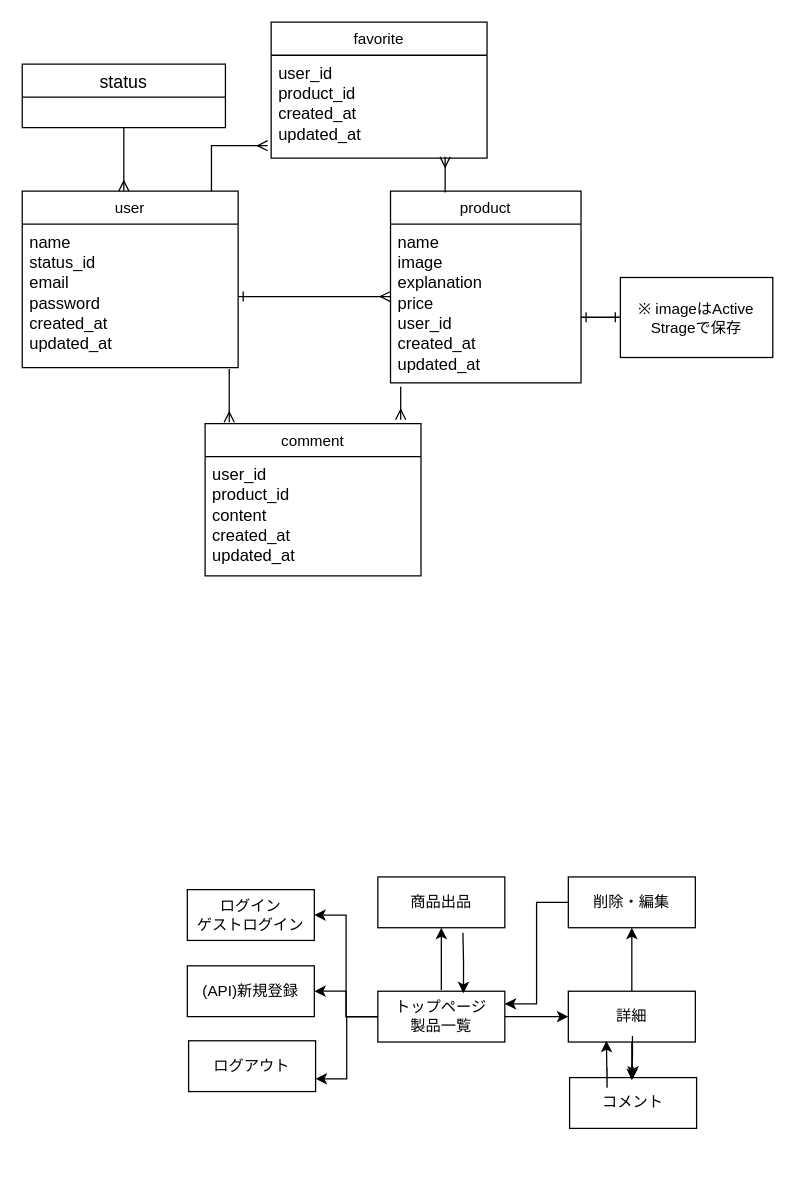
Earlier version of the draw.io diagram ER.dio (shuhei1018/B-product). Source tidied: cells renumbered, new cells numbered last; positions are measured from the earlier drawing's top-left corner, leaving out a move shared by most shapes. Both pictures are drawn from the tidied source at 127%, with x=0, y=0 at pixel (22, 22).
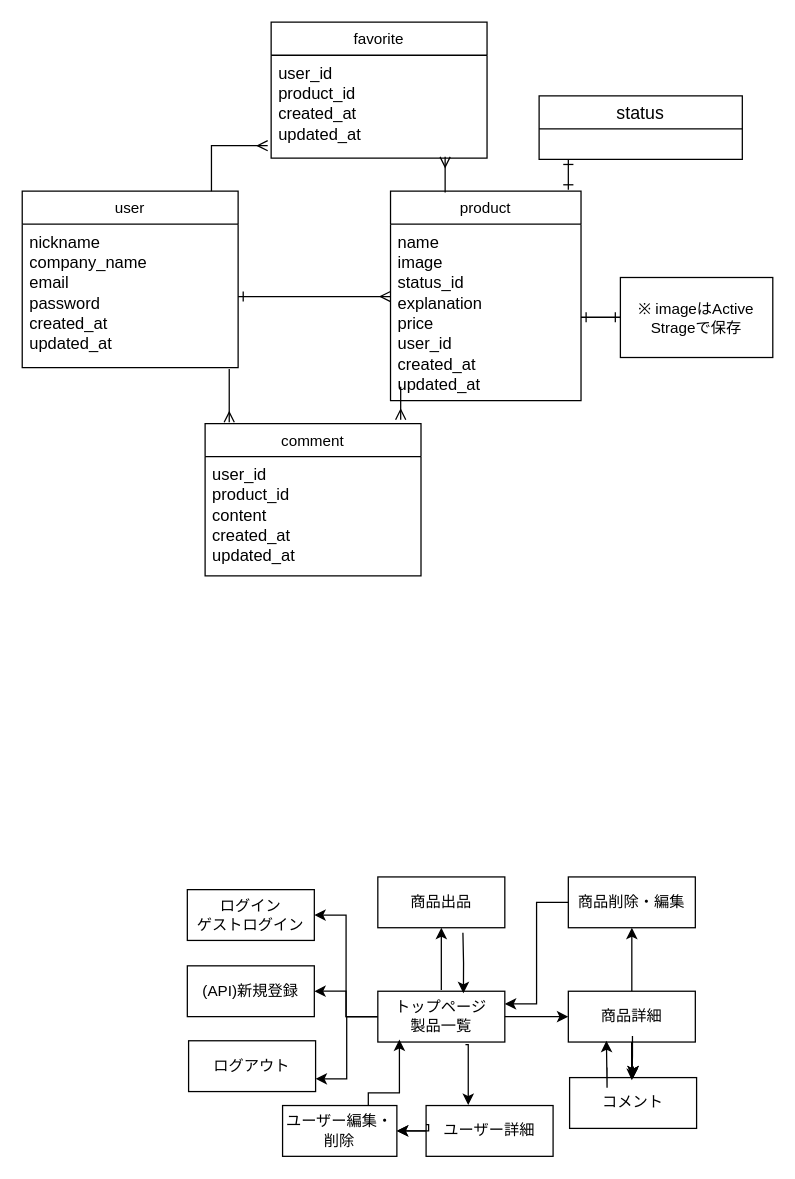
The same diagram, later.

The change refers to these unchanged cells:
```xml
<mxCell id="18" value="コメント" style="whiteSpace=wrap;html=1;align=center;" parent="1" vertex="1">
  <mxGeometry x="431" y="831" width="100" height="40" as="geometry" />
</mxCell>
<mxCell id="20" value="user" style="swimlane;fontStyle=0;horizontal=1;startSize=26;fillColor=none;" parent="1" vertex="1">
  <mxGeometry y="133" width="170" height="139" as="geometry" />
</mxCell>
```

Change to the diagram source:
```diff
@@
-    <mxCell id="8" value="削除・編集" style="whiteSpace=wrap;html=1;align=center;" parent="1" vertex="1">
+    <mxCell id="8" value="商品削除・編集" style="whiteSpace=wrap;html=1;align=center;" parent="1" vertex="1">
       <mxGeometry x="430" y="673" width="100" height="40" as="geometry" />
     </mxCell>
@@
+    <mxCell id="38" style="edgeStyle=orthogonalEdgeStyle;rounded=0;jettySize=auto;html=1;" parent="1" edge="1" source="12" target="18">
+      <mxGeometry relative="1" as="geometry" />
+    </mxCell>
+    <mxCell id="39" style="edgeStyle=orthogonalEdgeStyle;rounded=0;jettySize=auto;html=1;" parent="1" edge="1" source="12" target="18">
+      <mxGeometry relative="1" as="geometry" />
+    </mxCell>
-    <mxCell id="12" value="詳細" style="whiteSpace=wrap;html=1;align=center;" parent="1" vertex="1">
+    <mxCell id="12" value="商品詳細" style="whiteSpace=wrap;html=1;align=center;" parent="1" vertex="1">
       <mxGeometry x="430" y="763" width="100" height="40" as="geometry" />
     </mxCell>
@@
-    <mxCell id="22" value="name&#10;status_id&#10;email&#10;password&#10;created_at&#10;updated_at" style="text;strokeColor=none;fillColor=none;align=left;verticalAlign=top;spacingLeft=4;spacingRight=4;overflow=hidden;points=[[0,0.5],[1,0.5]];portConstraint=eastwest;fontSize=13;" parent="20" vertex="1">
+    <mxCell id="22" value="nickname&#10;company_name&#10;email&#10;password&#10;created_at&#10;updated_at" style="text;strokeColor=none;fillColor=none;align=left;verticalAlign=top;spacingLeft=4;spacingRight=4;overflow=hidden;points=[[0,0.5],[1,0.5]];portConstraint=eastwest;fontSize=13;" parent="20" vertex="1">
       <mxGeometry y="26" width="170" height="113" as="geometry" />
     </mxCell>
     <mxCell id="23" value="product" style="swimlane;fontStyle=0;horizontal=1;startSize=26;fillColor=none;" parent="1" vertex="1">
-      <mxGeometry x="290" y="133" width="150" height="151" as="geometry" />
+      <mxGeometry x="290" y="133" width="150" height="165" as="geometry" />
     </mxCell>
-    <mxCell id="24" value="name&#10;image&#10;explanation&#10;price&#10;user_id&#10;created_at&#10;updated_at" style="text;strokeColor=none;fillColor=none;align=left;verticalAlign=top;spacingLeft=4;spacingRight=4;overflow=hidden;fontSize=13;" parent="23" vertex="1">
-      <mxGeometry y="26" width="150" height="125" as="geometry" />
+    <mxCell id="24" value="name&#10;image&#10;status_id&#10;explanation&#10;price&#10;user_id&#10;created_at&#10;updated_at" style="text;strokeColor=none;fillColor=none;align=left;verticalAlign=top;spacingLeft=4;spacingRight=4;overflow=hidden;fontSize=13;" parent="23" vertex="1">
+      <mxGeometry y="26" width="150" height="139" as="geometry" />
     </mxCell>
@@
-    <mxCell id="26" style="edgeStyle=orthogonalEdgeStyle;rounded=0;jettySize=auto;html=1;exitX=0.5;exitY=1;exitDx=0;exitDy=0;endArrow=ERmany;endFill=0;strokeWidth=1;" parent="1" edge="1" source="27">
-      <mxGeometry relative="1" as="geometry">
-        <mxPoint x="80" y="133" as="targetPoint" />
-        <Array as="points">
-          <mxPoint x="80" y="133" />
-        </Array>
-      </mxGeometry>
-    </mxCell>
     <mxCell id="27" value="status" style="swimlane;fontStyle=0;horizontal=1;startSize=26;align=center;fontSize=14;" parent="1" vertex="1">
-      <mxGeometry y="33" width="160" height="50" as="geometry" />
+      <mxGeometry x="407" y="58" width="160" height="50" as="geometry" />
     </mxCell>
@@
+    <mxCell id="40" style="edgeStyle=orthogonalEdgeStyle;rounded=0;jettySize=auto;html=1;" parent="1" edge="1" source="41" target="42">
+      <mxGeometry relative="1" as="geometry">
+        <Array as="points">
+          <mxPoint x="309" y="873" />
+          <mxPoint x="309" y="873" />
+        </Array>
+      </mxGeometry>
+    </mxCell>
+    <mxCell id="41" value="ユーザー詳細" style="whiteSpace=wrap;html=1;align=center;" parent="1" vertex="1">
+      <mxGeometry x="318" y="853" width="100" height="40" as="geometry" />
+    </mxCell>
+    <mxCell id="42" value="ユーザー編集・削除" style="whiteSpace=wrap;html=1;align=center;" parent="1" vertex="1">
+      <mxGeometry x="205" y="853" width="90" height="40" as="geometry" />
+    </mxCell>
+    <mxCell id="43" style="edgeStyle=orthogonalEdgeStyle;rounded=0;jettySize=auto;html=1;entryX=0.332;entryY=-0.01;entryDx=0;entryDy=0;entryPerimeter=0;" parent="1" edge="1" target="41">
+      <mxGeometry relative="1" as="geometry">
+        <mxPoint x="349" y="805" as="sourcePoint" />
+        <Array as="points">
+          <mxPoint x="351" y="805" />
+        </Array>
+      </mxGeometry>
+    </mxCell>
+    <mxCell id="44" style="edgeStyle=orthogonalEdgeStyle;rounded=0;jettySize=auto;html=1;entryX=1;entryY=0.5;entryDx=0;entryDy=0;" parent="1" edge="1" target="42">
+      <mxGeometry relative="1" as="geometry">
+        <mxPoint x="318" y="868" as="sourcePoint" />
+        <Array as="points">
+          <mxPoint x="320" y="868" />
+          <mxPoint x="320" y="873" />
+        </Array>
+      </mxGeometry>
+    </mxCell>
+    <mxCell id="45" style="edgeStyle=orthogonalEdgeStyle;rounded=0;jettySize=auto;html=1;exitX=0.75;exitY=0;exitDx=0;exitDy=0;" parent="1" edge="1" source="42">
+      <mxGeometry relative="1" as="geometry">
+        <mxPoint x="297" y="801" as="targetPoint" />
+        <Array as="points">
+          <mxPoint x="273" y="843" />
+          <mxPoint x="297" y="843" />
+        </Array>
+      </mxGeometry>
+    </mxCell>
+    <mxCell id="46" style="edgeStyle=orthogonalEdgeStyle;rounded=0;orthogonalLoop=1;jettySize=auto;html=1;endArrow=ERone;endFill=0;startArrow=ERone;startFill=0;" parent="1" edge="1">
+      <mxGeometry relative="1" as="geometry">
+        <mxPoint x="430" y="132" as="sourcePoint" />
+        <mxPoint x="430" y="108" as="targetPoint" />
+        <Array as="points">
+          <mxPoint x="430" y="122" />
+          <mxPoint x="430" y="122" />
+        </Array>
+      </mxGeometry>
+    </mxCell>
```
